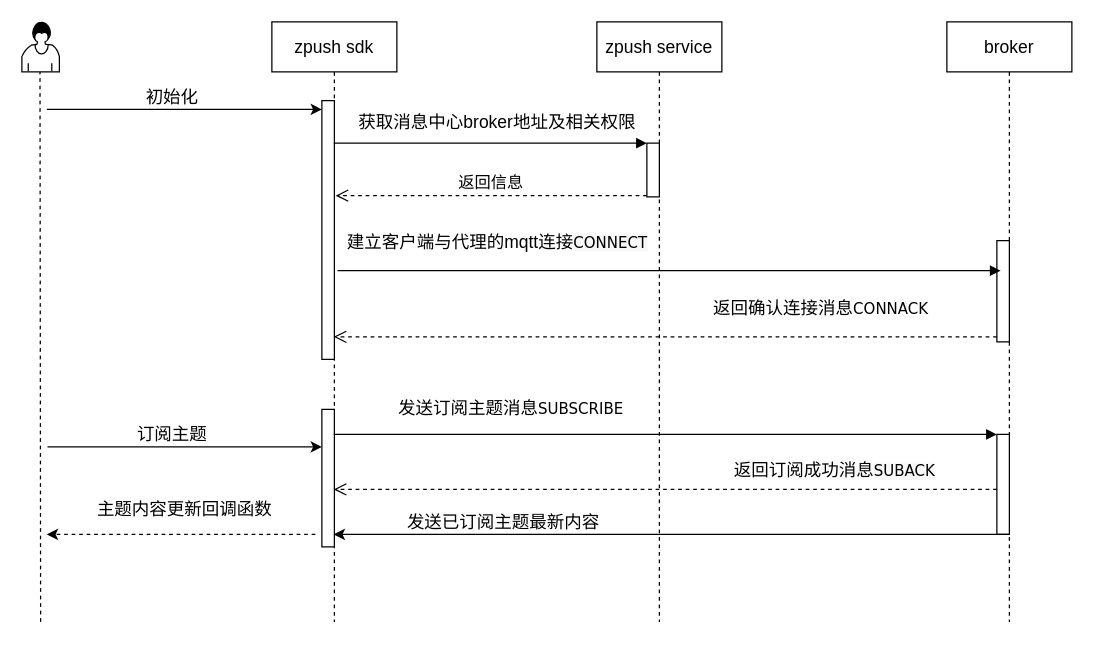
Earlier version of the draw.io diagram Untitled Diagram.drawio (zhuwenqi001/mqtt). Source tidied: cells renumbered, new cells numbered last; positions are measured from the earlier drawing's top-left corner, leaving out a move shared by most shapes. Both pictures are drawn from the tidied source at 125%, with x=0, y=0 at pixel (21, 21).
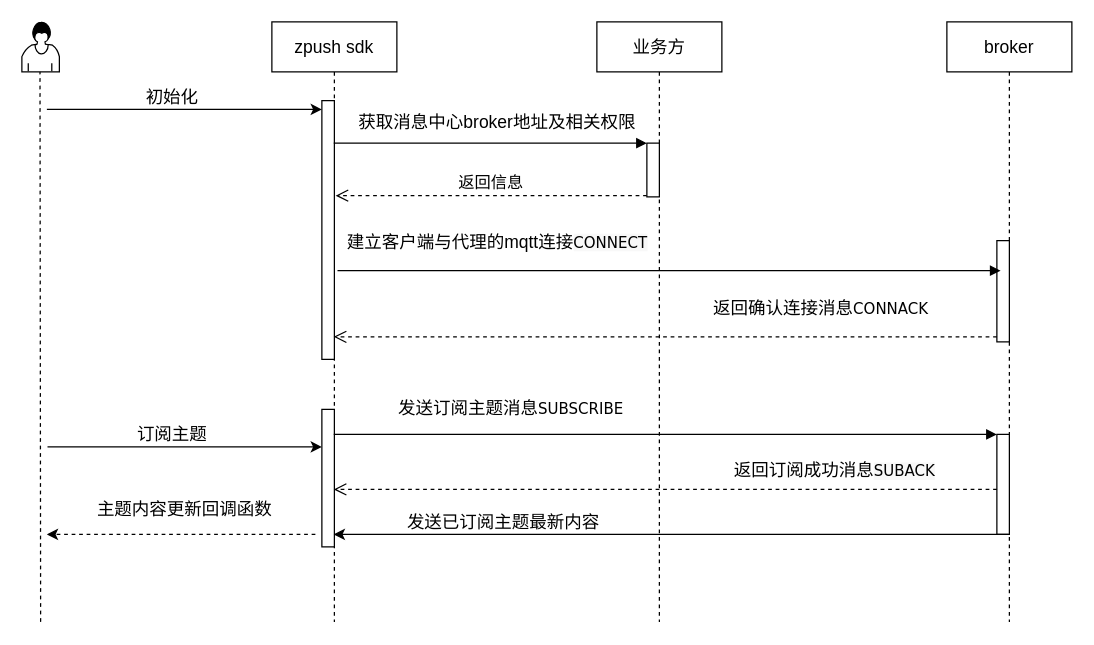
The same diagram, later.

The edit, as a diff of the source:
```diff
@@
-    <mxCell id="2" value="&lt;font style=&quot;font-size: 14px&quot;&gt;zpush service&lt;/font&gt;" style="shape=umlLifeline;perimeter=lifelinePerimeter;whiteSpace=wrap;html=1;" parent="1" vertex="1">
+    <mxCell id="2" value="&lt;span style=&quot;font-size: 14px&quot;&gt;业务方&lt;/span&gt;" style="shape=umlLifeline;perimeter=lifelinePerimeter;whiteSpace=wrap;html=1;" parent="1" vertex="1">
       <mxGeometry x="460" width="100" height="480" as="geometry" />
     </mxCell>
```
